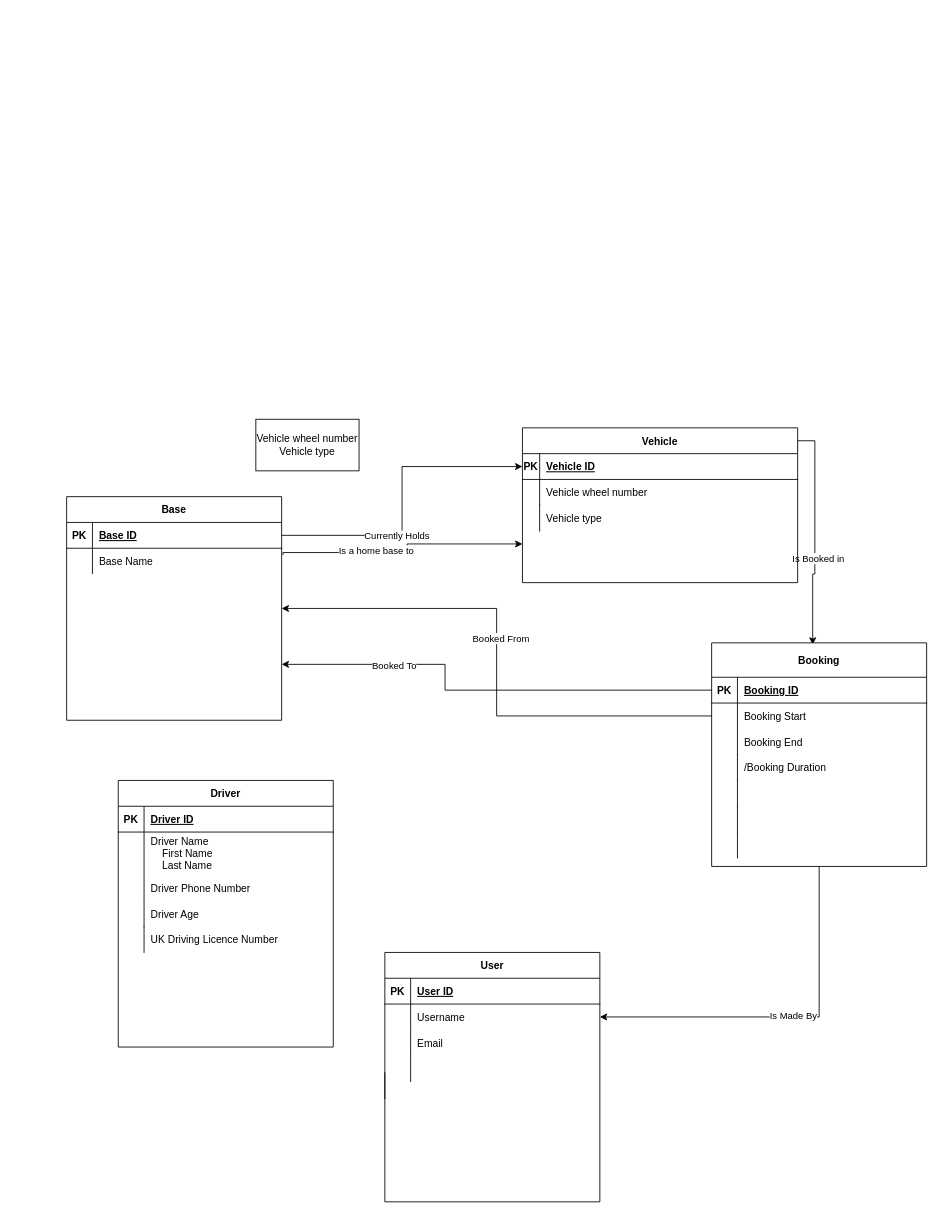
This is CW1 ERD.drawio from Daniel-Fejdych/Daniel-Fejdych.github.io, a draw.io file, before an edit. Source tidied: cells renumbered, new cells numbered last; positions are measured from the earlier drawing's top-left corner, leaving out a move shared by most shapes. Both pictures are drawn from the tidied source at 86%, with x=0, y=0 at pixel (66, 419).
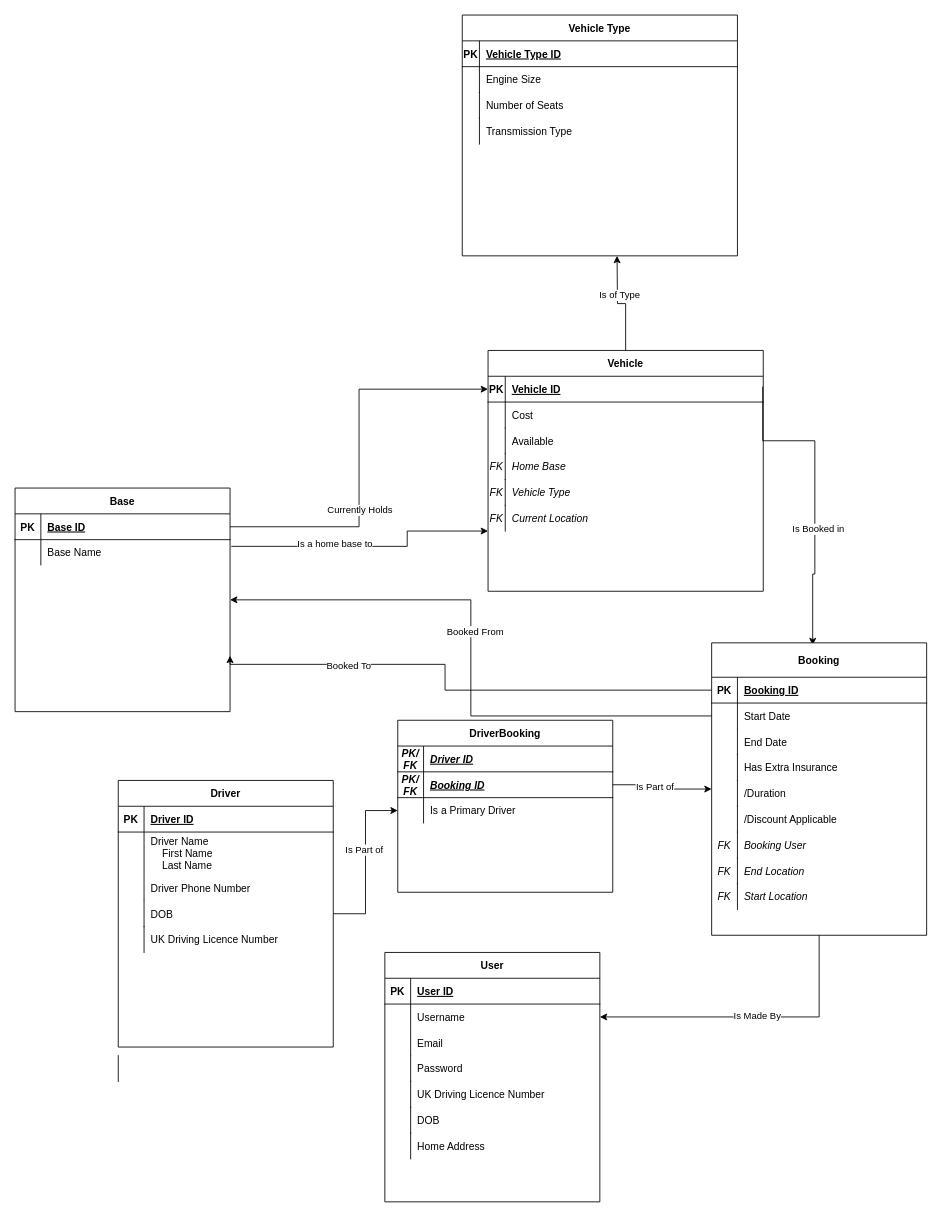
The same diagram, later.

Unchanged cells that the change refers to:
```xml
<mxCell id="6" style="shape=partialRectangle;fillColor=none;points=[[0,0.5],[1,0.5]];portConstraint=eastwest;top=0;left=0;right=0;bottom=0;" parent="2" vertex="1">
  <mxGeometry y="60" width="250" height="30" as="geometry" />
</mxCell>
<mxCell id="29" style="shape=partialRectangle;fillColor=none;points=[[0,0.5],[1,0.5]];portConstraint=eastwest;top=0;left=0;right=0;bottom=0;" parent="25" vertex="1">
  <mxGeometry y="70" width="250" height="30" as="geometry" />
</mxCell>
<mxCell id="44" value="Driver" style="shape=table;startSize=30;childLayout=tableLayout;rowLines=0;fontStyle=1;align=center;" parent="1" vertex="1">
  <mxGeometry x="60" y="420" width="250" height="310" as="geometry" />
</mxCell>
```

Diff of the diagram source:
```diff
@@
     <mxCell id="2" value="Base" style="shape=table;startSize=30;childLayout=tableLayout;rowLines=0;fontStyle=1;align=center;" parent="1" vertex="1">
-      <mxGeometry y="90" width="250" height="260" as="geometry" />
+      <mxGeometry x="-60" y="80" width="250" height="260" as="geometry" />
     </mxCell>
@@
     <mxCell id="25" value="Booking" style="shape=table;startSize=40;childLayout=tableLayout;rowLines=0;fontStyle=1;align=center;" parent="1" vertex="1">
-      <mxGeometry x="750" y="260" width="250" height="260" as="geometry" />
+      <mxGeometry x="750" y="260" width="250" height="340" as="geometry" />
     </mxCell>
@@
-    <mxCell id="31" value="Booking Start" style="shape=partialRectangle;overflow=hidden;fillColor=none;top=0;left=0;bottom=0;right=0;align=left;spacingLeft=6;" parent="29" vertex="1">
+    <mxCell id="31" value="Start Date" style="shape=partialRectangle;overflow=hidden;fillColor=none;top=0;left=0;bottom=0;right=0;align=left;spacingLeft=6;" parent="29" vertex="1">
       <mxGeometry x="30" width="220" height="30" as="geometry" />
     </mxCell>
-    <mxCell id="32" value="Booking End" style="shape=partialRectangle;overflow=hidden;fillColor=none;top=0;left=1;bottom=0;right=0;align=left;spacingLeft=6;perimeterSpacing=0;strokeWidth=1;strokeColor=default;" parent="1" vertex="1">
+    <mxCell id="32" value="End Date" style="shape=partialRectangle;overflow=hidden;fillColor=none;top=0;left=1;bottom=0;right=0;align=left;spacingLeft=6;perimeterSpacing=0;strokeWidth=1;strokeColor=default;" parent="1" vertex="1">
       <mxGeometry x="780" y="360" width="220" height="30" as="geometry" />
     </mxCell>
     <mxCell id="33" style="edgeStyle=orthogonalEdgeStyle;rounded=0;jettySize=auto;html=1;exitX=1.006;exitY=0.26;exitDx=0;exitDy=0;exitPerimeter=0;entryX=0;entryY=0.75;entryDx=0;entryDy=0;" parent="1" edge="1" source="6" target="58">
       <mxGeometry relative="1" as="geometry">
         <Array as="points">
-          <mxPoint x="252" y="155" />
-          <mxPoint x="396" y="155" />
-          <mxPoint x="396" y="145" />
+          <mxPoint x="396" y="148" />
+          <mxPoint x="396" y="130" />
         </Array>
       </mxGeometry>
     </mxCell>
@@
-    <mxCell id="35" value="/Booking Duration" style="shape=partialRectangle;overflow=hidden;fillColor=none;top=0;left=1;bottom=0;right=0;align=left;spacingLeft=6;" parent="1" vertex="1">
-      <mxGeometry x="780" y="390" width="220" height="30" as="geometry" />
+    <mxCell id="35" value="/Duration" style="shape=partialRectangle;overflow=hidden;fillColor=none;top=0;left=1;bottom=0;right=0;align=left;spacingLeft=6;" parent="1" vertex="1">
+      <mxGeometry x="780" y="420" width="220" height="30" as="geometry" />
     </mxCell>
-    <mxCell id="36" style="shape=partialRectangle;overflow=hidden;fillColor=none;top=0;left=1;bottom=0;right=0;align=left;spacingLeft=6;fontStyle=2;" parent="1" vertex="1">
-      <mxGeometry x="780" y="420" width="220" height="30" as="geometry" />
+    <mxCell id="36" value="Booking User" style="shape=partialRectangle;overflow=hidden;fillColor=none;top=0;left=1;bottom=0;right=0;align=left;spacingLeft=6;fontStyle=2;" parent="1" vertex="1">
+      <mxGeometry x="780" y="480" width="220" height="30" as="geometry" />
     </mxCell>
-    <mxCell id="37" style="shape=partialRectangle;overflow=hidden;fillColor=none;top=0;left=1;bottom=0;right=0;align=left;spacingLeft=6;" parent="1" vertex="1">
-      <mxGeometry x="780" y="450" width="220" height="30" as="geometry" />
+    <mxCell id="37" value="Start Location" style="shape=partialRectangle;overflow=hidden;fillColor=none;top=0;left=1;bottom=0;right=0;align=left;spacingLeft=6;fontStyle=2;" parent="1" vertex="1">
+      <mxGeometry x="780" y="540" width="220" height="30" as="geometry" />
     </mxCell>
-    <mxCell id="38" style="shape=partialRectangle;overflow=hidden;fillColor=none;top=0;left=1;bottom=0;right=0;align=left;spacingLeft=6;" parent="1" vertex="1">
-      <mxGeometry x="780" y="480" width="220" height="30" as="geometry" />
+    <mxCell id="38" value="End Location" style="shape=partialRectangle;overflow=hidden;fillColor=none;top=0;left=1;bottom=0;right=0;align=left;spacingLeft=6;fontStyle=2;" parent="1" vertex="1">
+      <mxGeometry x="780" y="510" width="220" height="30" as="geometry" />
     </mxCell>
-    <mxCell id="39" style="shape=partialRectangle;overflow=hidden;fillColor=none;top=0;left=1;bottom=0;right=0;align=left;spacingLeft=6;" parent="1" vertex="1">
+    <mxCell id="39" value="Password" style="shape=partialRectangle;overflow=hidden;fillColor=none;top=0;left=1;bottom=0;right=0;align=left;spacingLeft=6;" parent="1" vertex="1">
       <mxGeometry x="400" y="740" width="220" height="30" as="geometry" />
     </mxCell>
@@
+    <mxCell id="64" style="edgeStyle=orthogonalEdgeStyle;rounded=0;jettySize=auto;html=1;entryX=0;entryY=0.5;entryDx=0;entryDy=0;" parent="1" edge="1" source="44" target="78">
+      <mxGeometry relative="1" as="geometry" />
+    </mxCell>
+    <mxCell id="65" value="Is Part of" style="edgeLabel;html=1;align=center;verticalAlign=middle;" parent="64" vertex="1">
+      <mxGeometry x="0.15" y="2" relative="1" as="geometry" />
+    </mxCell>
@@
-    <mxCell id="54" style="shape=partialRectangle;overflow=hidden;fillColor=none;top=0;left=1;bottom=0;right=0;align=left;spacingLeft=6;" parent="1" vertex="1">
-      <mxGeometry x="370" y="760" width="220" height="30" as="geometry" />
+    <mxCell id="54" value="UK Driving Licence Number" style="shape=partialRectangle;overflow=hidden;fillColor=none;top=0;left=1;bottom=0;right=0;align=left;spacingLeft=6;" parent="1" vertex="1">
+      <mxGeometry x="400" y="770" width="220" height="30" as="geometry" />
     </mxCell>
-    <mxCell id="55" value="Driver Age" style="shape=partialRectangle;overflow=hidden;fillColor=none;top=0;left=1;bottom=0;right=0;align=left;spacingLeft=6;" parent="1" vertex="1">
+    <mxCell id="55" value="DOB" style="shape=partialRectangle;overflow=hidden;fillColor=none;top=0;left=1;bottom=0;right=0;align=left;spacingLeft=6;" parent="1" vertex="1">
       <mxGeometry x="90" y="560" width="220" height="30" as="geometry" />
     </mxCell>
@@
-    <mxCell id="57" value="Vehicle&amp;nbsp;wheel number&lt;br&gt;Vehicle&amp;nbsp;type" style="rounded=0;whiteSpace=wrap;html=1;" parent="1" vertex="1">
-      <mxGeometry x="220" width="120" height="60" as="geometry" />
-    </mxCell>
+    <mxCell id="66" style="edgeStyle=orthogonalEdgeStyle;rounded=0;jettySize=auto;html=1;" parent="1" edge="1" source="58">
+      <mxGeometry relative="1" as="geometry">
+        <mxPoint x="640" y="-190" as="targetPoint" />
+      </mxGeometry>
+    </mxCell>
+    <mxCell id="67" value="Is of Type" style="edgeLabel;html=1;align=center;verticalAlign=middle;" parent="66" vertex="1">
+      <mxGeometry x="0.24" y="-2" relative="1" as="geometry" />
+    </mxCell>
     <mxCell id="58" value="Vehicle" style="shape=table;startSize=30;childLayout=tableLayout;rowLines=0;fontStyle=1;align=center;" parent="1" vertex="1">
-      <mxGeometry x="530" y="10" width="320" height="180" as="geometry" />
+      <mxGeometry x="490" y="-80" width="320" height="280" as="geometry" />
     </mxCell>
@@
-    <mxCell id="62" value="Vehicle wheel number" style="shape=partialRectangle;overflow=hidden;fillColor=none;top=0;left=1;bottom=0;right=0;align=left;spacingLeft=6;fontStyle=0;" parent="1" vertex="1">
-      <mxGeometry x="550" y="70" width="300" height="30" as="geometry" />
+    <mxCell id="62" value="Cost" style="shape=partialRectangle;overflow=hidden;fillColor=none;top=0;left=1;bottom=0;right=0;align=left;spacingLeft=6;fontStyle=0;" parent="1" vertex="1">
+      <mxGeometry x="510" y="-20" width="300" height="30" as="geometry" />
     </mxCell>
-    <mxCell id="63" value="Vehicle type" style="shape=partialRectangle;overflow=hidden;fillColor=none;top=0;left=1;bottom=0;right=0;align=left;spacingLeft=6;fontStyle=0;" parent="1" vertex="1">
-      <mxGeometry x="550" y="100" width="300" height="30" as="geometry" />
+    <mxCell id="63" value="Current Location" style="shape=partialRectangle;overflow=hidden;fillColor=none;top=0;left=1;bottom=0;right=0;align=left;spacingLeft=6;fontStyle=2;" parent="1" vertex="1">
+      <mxGeometry x="510" y="100" width="300" height="30" as="geometry" />
     </mxCell>
+    <mxCell id="68" value="Engine Size" style="shape=partialRectangle;overflow=hidden;fillColor=none;top=0;left=1;bottom=0;right=0;align=left;spacingLeft=6;fontStyle=0;" parent="1" vertex="1">
+      <mxGeometry x="480" y="-410" width="300" height="30" as="geometry" />
+    </mxCell>
+    <mxCell id="69" value="Home Base" style="shape=partialRectangle;overflow=hidden;fillColor=none;top=0;left=1;bottom=0;right=0;align=left;spacingLeft=6;fontStyle=2;" parent="1" vertex="1">
+      <mxGeometry x="510" y="40" width="300" height="30" as="geometry" />
+    </mxCell>
+    <mxCell id="70" style="shape=partialRectangle;overflow=hidden;fillColor=none;top=0;left=1;bottom=0;right=0;align=left;spacingLeft=6;" parent="1" vertex="1">
+      <mxGeometry x="60" y="740" width="220" height="30" as="geometry" />
+    </mxCell>
+    <mxCell id="71" value="DriverBooking" style="shape=table;startSize=30;childLayout=tableLayout;rowLines=0;fontStyle=1;align=center;" parent="1" vertex="1">
+      <mxGeometry x="385" y="350" width="250" height="200" as="geometry" />
+    </mxCell>
+    <mxCell id="72" style="shape=partialRectangle;fillColor=none;top=0;left=0;right=0;bottom=1;" parent="71" vertex="1">
+      <mxGeometry y="30" width="250" height="30" as="geometry" />
+    </mxCell>
+    <mxCell id="73" value="PK/&#10;FK" style="shape=partialRectangle;overflow=hidden;fillColor=none;top=0;left=0;bottom=0;right=0;fontStyle=3;" parent="72" vertex="1">
+      <mxGeometry width="30" height="30" as="geometry" />
+    </mxCell>
+    <mxCell id="74" value="Driver ID" style="shape=partialRectangle;overflow=hidden;fillColor=none;top=0;left=0;bottom=0;right=0;align=left;spacingLeft=6;fontStyle=7;" parent="72" vertex="1">
+      <mxGeometry x="30" width="220" height="30" as="geometry" />
+    </mxCell>
+    <mxCell id="75" style="shape=partialRectangle;fillColor=none;points=[[0,0.5],[1,0.5]];portConstraint=eastwest;top=0;left=0;right=0;bottom=0;" parent="71" vertex="1">
+      <mxGeometry y="60" width="250" height="30" as="geometry" />
+    </mxCell>
+    <mxCell id="76" value="PK/&#10;FK" style="shape=partialRectangle;overflow=hidden;fillColor=none;top=0;left=0;bottom=1;right=0;fontStyle=3;" parent="75" vertex="1">
+      <mxGeometry width="30" height="30" as="geometry" />
+    </mxCell>
+    <mxCell id="77" value="Booking ID" style="shape=partialRectangle;overflow=hidden;fillColor=none;top=0;left=0;bottom=1;right=0;align=left;spacingLeft=6;fontStyle=7;" parent="75" vertex="1">
+      <mxGeometry x="30" width="220" height="30" as="geometry" />
+    </mxCell>
+    <mxCell id="78" style="shape=partialRectangle;fillColor=none;points=[[0,0.5],[1,0.5]];portConstraint=eastwest;top=0;left=0;right=0;bottom=0;" parent="71" vertex="1">
+      <mxGeometry y="90" width="250" height="30" as="geometry" />
+    </mxCell>
+    <mxCell id="79" style="shape=partialRectangle;overflow=hidden;fillColor=none;top=0;left=0;bottom=0;right=0;" parent="78" vertex="1">
+      <mxGeometry width="30" height="30" as="geometry" />
+    </mxCell>
+    <mxCell id="80" value="Is a Primary Driver" style="shape=partialRectangle;overflow=hidden;fillColor=none;top=0;left=0;bottom=0;right=0;align=left;spacingLeft=6;" parent="78" vertex="1">
+      <mxGeometry x="30" width="220" height="30" as="geometry" />
+    </mxCell>
+    <mxCell id="81" style="edgeStyle=orthogonalEdgeStyle;rounded=0;jettySize=auto;html=1;entryX=0;entryY=0.5;entryDx=0;entryDy=0;" parent="1" edge="1" source="75" target="25">
+      <mxGeometry relative="1" as="geometry" />
+    </mxCell>
+    <mxCell id="82" value="Is Part of" style="edgeLabel;html=1;align=center;verticalAlign=middle;" parent="81" vertex="1">
+      <mxGeometry x="-0.2" y="-2" relative="1" as="geometry" />
+    </mxCell>
+    <mxCell id="83" value="Vehicle Type" style="shape=table;startSize=30;childLayout=tableLayout;rowLines=0;fontStyle=1;align=center;" parent="1" vertex="1">
+      <mxGeometry x="460" y="-470" width="320" height="280" as="geometry" />
+    </mxCell>
+    <mxCell id="84" style="shape=partialRectangle;fillColor=none;top=0;left=0;right=0;bottom=1;" parent="83" vertex="1">
+      <mxGeometry y="30" width="320" height="30" as="geometry" />
+    </mxCell>
+    <mxCell id="85" value="PK" style="shape=partialRectangle;overflow=hidden;fillColor=none;top=0;left=0;bottom=0;right=0;fontStyle=1;" parent="84" vertex="1">
+      <mxGeometry width="20" height="30" as="geometry" />
+    </mxCell>
+    <mxCell id="86" value="Vehicle Type ID" style="shape=partialRectangle;overflow=hidden;fillColor=none;top=0;left=0;bottom=0;right=0;align=left;spacingLeft=6;fontStyle=5;" parent="84" vertex="1">
+      <mxGeometry x="20" width="300" height="30" as="geometry" />
+    </mxCell>
+    <mxCell id="87" value="Number of Seats" style="shape=partialRectangle;overflow=hidden;fillColor=none;top=0;left=1;bottom=0;right=0;align=left;spacingLeft=6;fontStyle=0;" parent="1" vertex="1">
+      <mxGeometry x="480" y="-380" width="300" height="30" as="geometry" />
+    </mxCell>
+    <mxCell id="88" value="Transmission Type" style="shape=partialRectangle;overflow=hidden;fillColor=none;top=0;left=1;bottom=0;right=0;align=left;spacingLeft=6;fontStyle=0;" parent="1" vertex="1">
+      <mxGeometry x="480" y="-350" width="300" height="30" as="geometry" />
+    </mxCell>
+    <mxCell id="89" value="Vehicle Type" style="shape=partialRectangle;overflow=hidden;fillColor=none;top=0;left=1;bottom=0;right=0;align=left;spacingLeft=6;fontStyle=2;" parent="1" vertex="1">
+      <mxGeometry x="510" y="70" width="300" height="30" as="geometry" />
+    </mxCell>
+    <mxCell id="90" value="FK" style="shape=partialRectangle;overflow=hidden;fillColor=none;top=0;left=0;bottom=0;right=0;fontStyle=2;" parent="1" vertex="1">
+      <mxGeometry x="490" y="70" width="20" height="30" as="geometry" />
+    </mxCell>
+    <mxCell id="91" value="FK" style="shape=partialRectangle;overflow=hidden;fillColor=none;top=0;left=0;bottom=0;right=0;fontStyle=2;" parent="1" vertex="1">
+      <mxGeometry x="490" y="40" width="20" height="30" as="geometry" />
+    </mxCell>
+    <mxCell id="92" value="FK" style="shape=partialRectangle;overflow=hidden;fillColor=none;top=0;left=0;bottom=0;right=0;fontStyle=2;" parent="1" vertex="1">
+      <mxGeometry x="490" y="100" width="20" height="30" as="geometry" />
+    </mxCell>
+    <mxCell id="93" value="FK" style="shape=partialRectangle;overflow=hidden;fillColor=none;top=0;left=0;bottom=0;right=0;fontStyle=2;" parent="1" vertex="1">
+      <mxGeometry x="750" y="510" width="30" height="30" as="geometry" />
+    </mxCell>
+    <mxCell id="94" value="Available" style="shape=partialRectangle;overflow=hidden;fillColor=none;top=0;left=1;bottom=0;right=0;align=left;spacingLeft=6;fontStyle=0;" parent="1" vertex="1">
+      <mxGeometry x="510" y="10" width="300" height="30" as="geometry" />
+    </mxCell>
+    <mxCell id="95" value="FK" style="shape=partialRectangle;overflow=hidden;fillColor=none;top=0;left=0;bottom=0;right=0;fontStyle=2;" parent="1" vertex="1">
+      <mxGeometry x="750" y="540" width="30" height="30" as="geometry" />
+    </mxCell>
+    <mxCell id="96" value="FK" style="shape=partialRectangle;overflow=hidden;fillColor=none;top=0;left=0;bottom=0;right=0;fontStyle=2;" parent="1" vertex="1">
+      <mxGeometry x="750" y="480" width="30" height="30" as="geometry" />
+    </mxCell>
+    <mxCell id="97" value="Has Extra Insurance" style="shape=partialRectangle;overflow=hidden;fillColor=none;top=0;left=1;bottom=0;right=0;align=left;spacingLeft=6;" parent="1" vertex="1">
+      <mxGeometry x="780" y="390" width="220" height="30" as="geometry" />
+    </mxCell>
+    <mxCell id="98" value="DOB" style="shape=partialRectangle;overflow=hidden;fillColor=none;top=0;left=1;bottom=0;right=0;align=left;spacingLeft=6;" parent="1" vertex="1">
+      <mxGeometry x="400" y="800" width="220" height="30" as="geometry" />
+    </mxCell>
+    <mxCell id="99" value="Home Address" style="shape=partialRectangle;overflow=hidden;fillColor=none;top=0;left=1;bottom=0;right=0;align=left;spacingLeft=6;" parent="1" vertex="1">
+      <mxGeometry x="400" y="830" width="220" height="30" as="geometry" />
+    </mxCell>
+    <mxCell id="100" value="/Discount Applicable" style="shape=partialRectangle;overflow=hidden;fillColor=none;top=0;left=1;bottom=0;right=0;align=left;spacingLeft=6;" parent="1" vertex="1">
+      <mxGeometry x="780" y="450" width="220" height="30" as="geometry" />
+    </mxCell>
```
